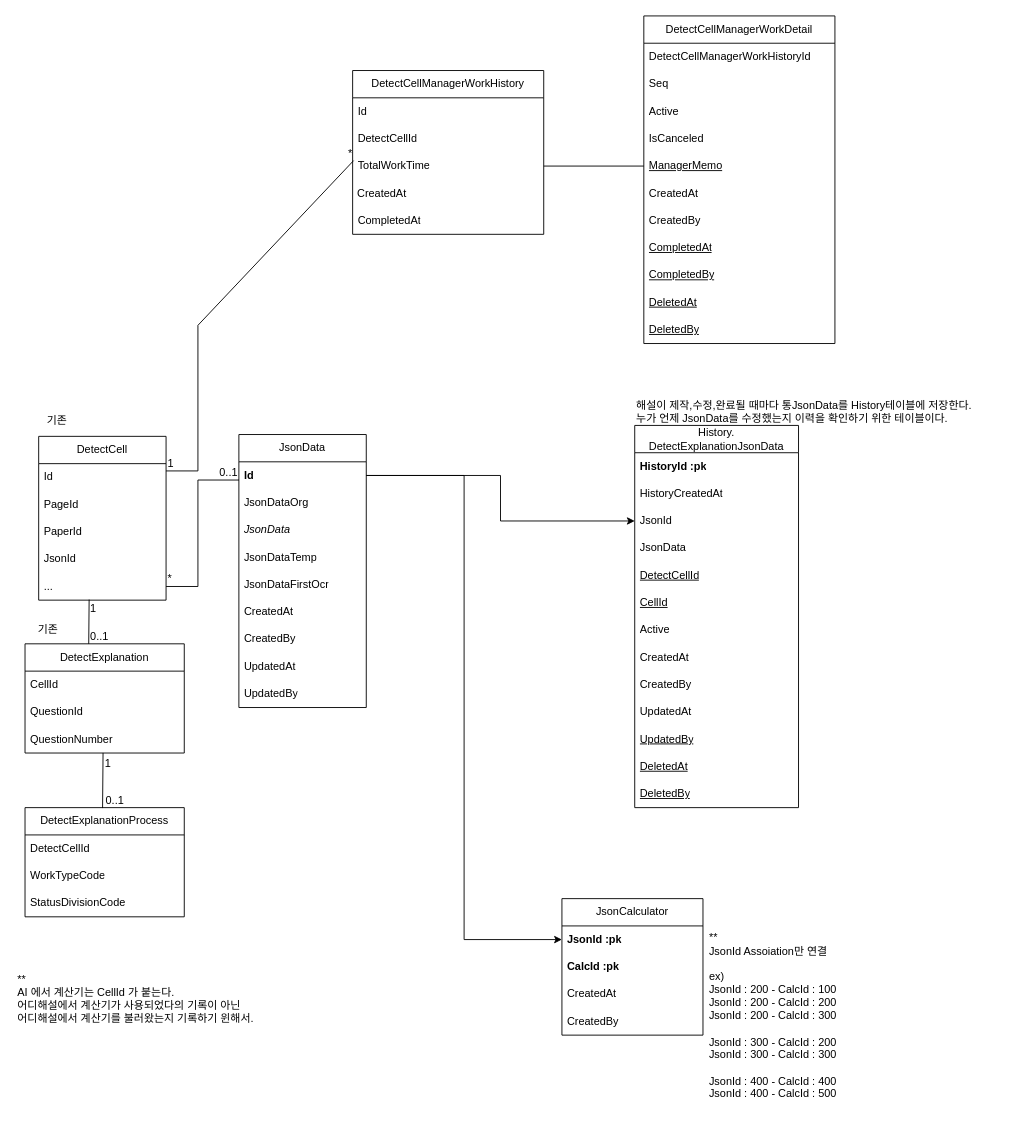
Above: 해설계산기.drawio in hyeonzx/Explanation_Calculator (draw.io), before the change. Source tidied: cells renumbered, new cells numbered last; positions are measured from the earlier drawing's top-left corner, leaving out a move shared by most shapes. Both pictures are drawn from the tidied source at 91%, with x=0, y=0 at pixel (15, 15).
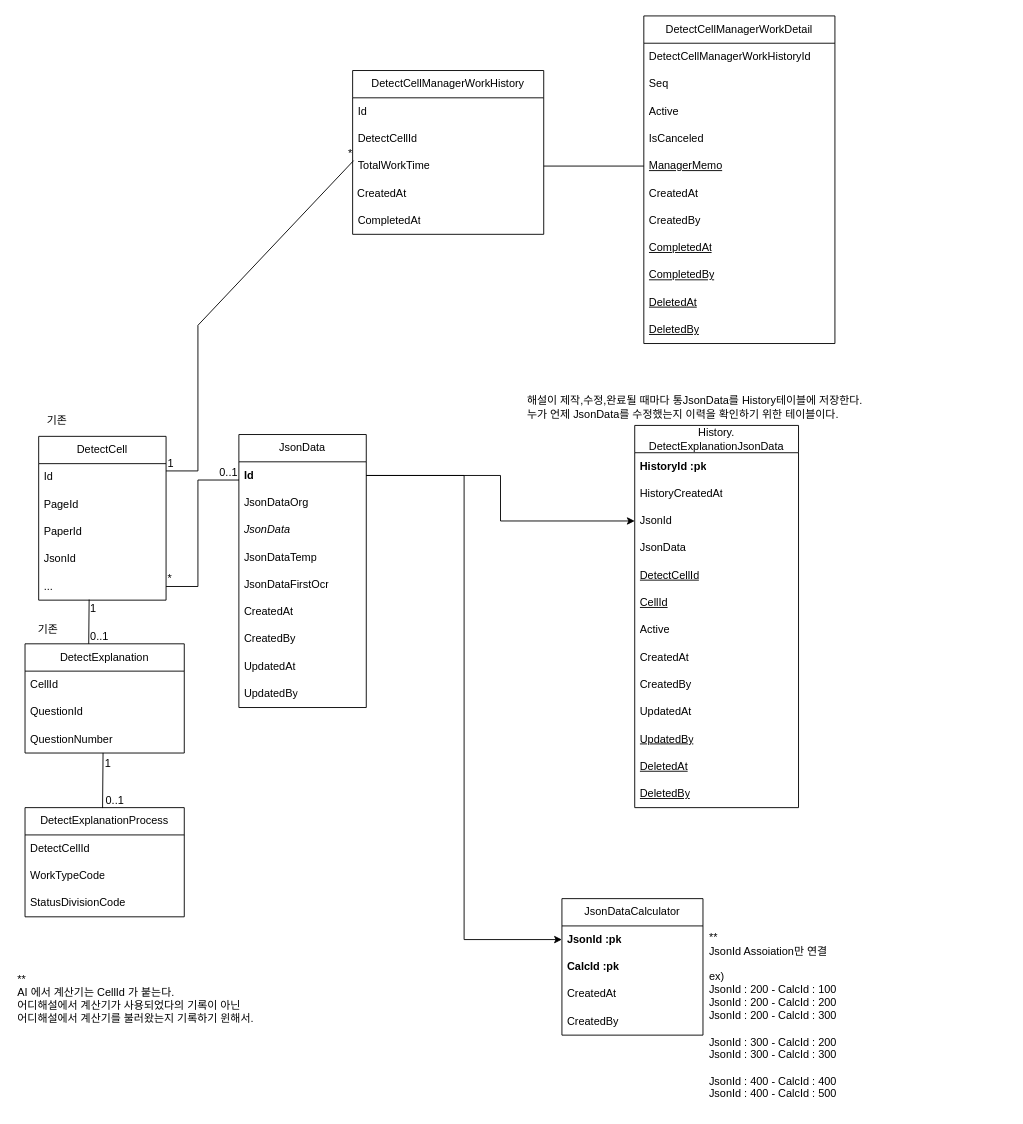
The same diagram, later.

Commit message (it also covers changes not shown here):
해설계산기.drawio 업데이트

The edit, as a diff of the source:
```diff
@@
-    <mxCell id="2" value="JsonCalculator" style="swimlane;fontStyle=0;horizontal=1;startSize=30;whiteSpace=wrap;html=1;" parent="1" vertex="1">
+    <mxCell id="2" value="JsonDataCalculator" style="swimlane;fontStyle=0;horizontal=1;startSize=30;whiteSpace=wrap;html=1;" parent="1" vertex="1">
       <mxGeometry x="600" y="970" width="155" height="150" as="geometry" />
     </mxCell>
@@
     <mxCell id="39" value="해설이 제작,수정,완료될 때마다 통JsonData를 History테이블에 저장한다.&lt;br&gt;누가 언제 JsonData를 수정했는지 이력을 확인하기 위한 테이블이다." style="text;html=1;align=left;verticalAlign=middle;strokeColor=none;fillColor=none;" parent="1" vertex="1">
-      <mxGeometry x="680" y="415" width="410" height="40" as="geometry" />
+      <mxGeometry x="560" y="410" width="410" height="40" as="geometry" />
     </mxCell>
```
